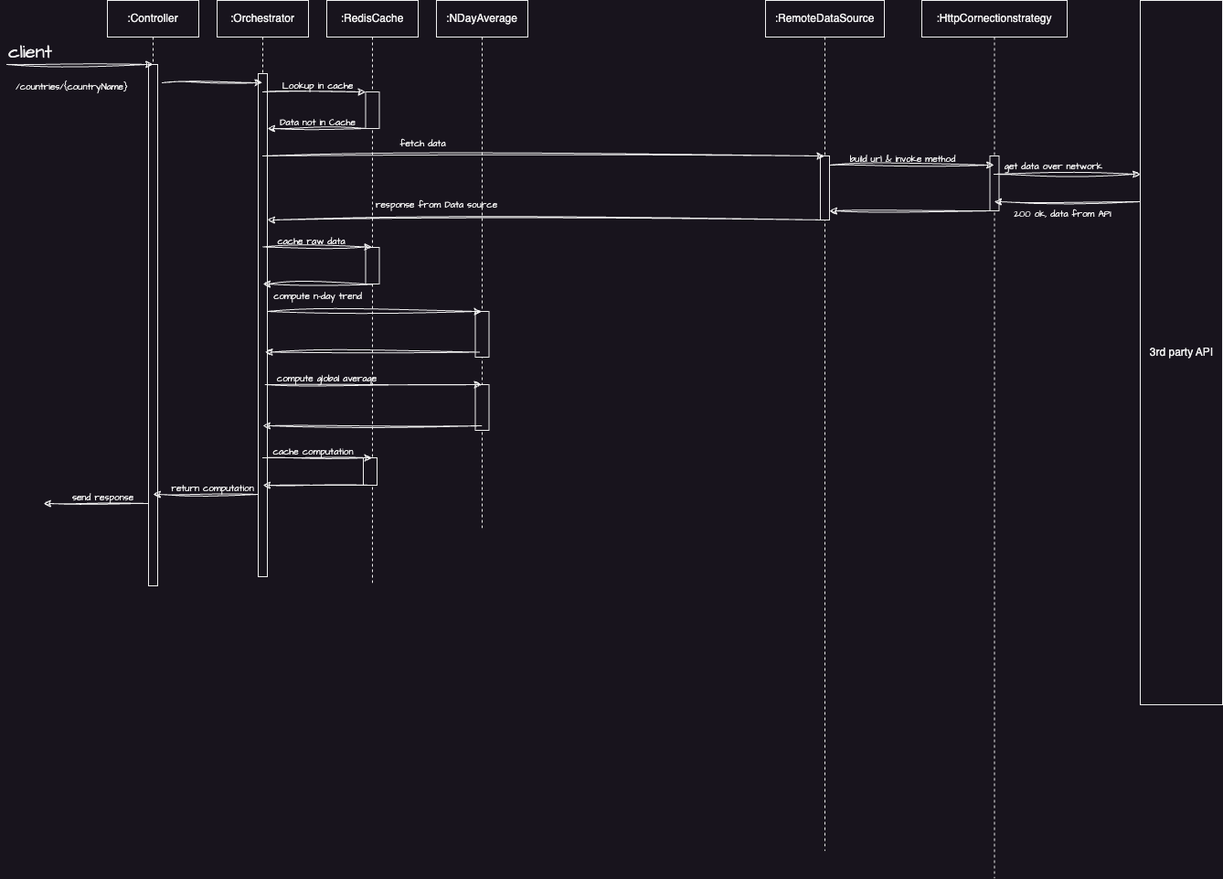
The draw.io diagram docs/diagrams/CaseStudy_SD_OK.drawio.png in kesrishubham2510/Casestudy, before a commit. Source tidied: cells renumbered, new cells last; positions are measured from the earlier drawing's top-left corner, leaving out a move shared by most shapes.
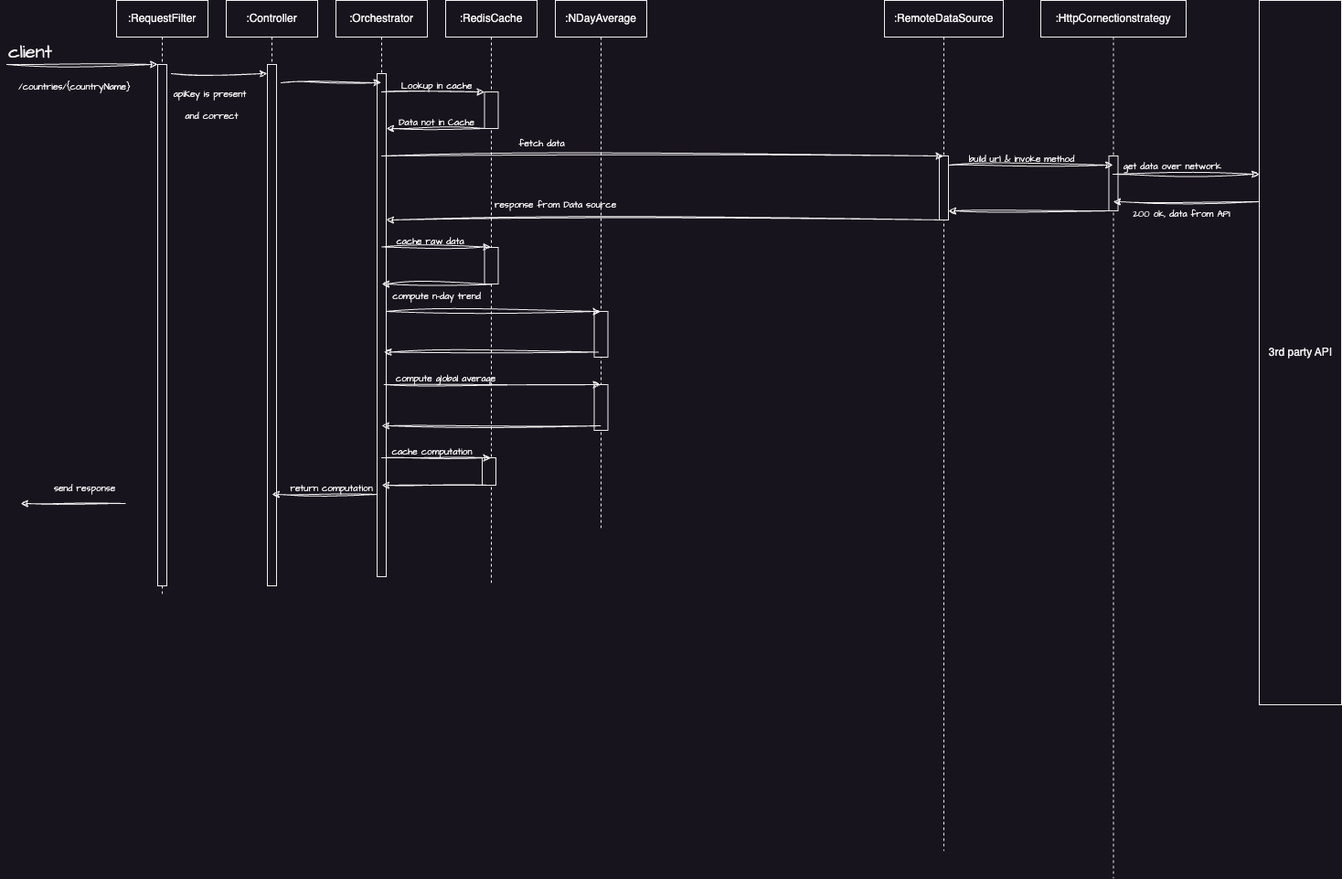
The same file after the commit.

Change to the diagram source:
```diff
@@ -14,10 +14,9 @@
     <mxCell id="5" style="html=1;points=[];perimeter=orthogonalPerimeter;outlineConnect=0;targetShapes=umlLifeline;portConstraint=eastwest;newEdgeStyle={&quot;edgeStyle&quot;:&quot;elbowEdgeStyle&quot;,&quot;elbow&quot;:&quot;vertical&quot;,&quot;curved&quot;:0,&quot;rounded&quot;:0};" parent="4" vertex="1">
       <mxGeometry x="45" y="80" width="10" height="550" as="geometry" />
     </mxCell>
-    <mxCell id="6" style="endArrow=classic;html=1;rounded=0;sketch=1;hachureGap=4;jiggle=2;curveFitting=1;fontFamily=Architects Daughter;fontSource=https%3A%2F%2Ffonts.googleapis.com%2Fcss%3Ffamily%3DArchitects%2BDaughter;fontSize=16;" parent="1" edge="1">
+    <mxCell id="6" style="endArrow=classic;html=1;rounded=0;sketch=1;hachureGap=4;jiggle=2;curveFitting=1;fontFamily=Architects Daughter;fontSource=https%3A%2F%2Ffonts.googleapis.com%2Fcss%3Ffamily%3DArchitects%2BDaughter;fontSize=16;" parent="1" edge="1" target="55">
       <mxGeometry relative="1" as="geometry">
-        <mxPoint y="70" as="sourcePoint" />
-        <mxPoint x="160" y="70" as="targetPoint" />
+        <mxPoint x="-130" y="70" as="sourcePoint" />
       </mxGeometry>
     </mxCell>
     <mxCell id="7" value="&lt;font style=&quot;font-size: 10px;&quot;&gt;/countries/{countryName}&lt;/font&gt;" style="edgeLabel;html=1;align=center;verticalAlign=middle;sketch=1;hachureGap=4;jiggle=2;curveFitting=1;fontFamily=Architects Daughter;fontSource=https%3A%2F%2Ffonts.googleapis.com%2Fcss%3Ffamily%3DArchitects%2BDaughter;fontSize=20;" parent="6" vertex="1">
@@ -158,8 +157,8 @@
     </mxCell>
     <mxCell id="39" style="endArrow=none;html=1;rounded=0;sketch=1;hachureGap=4;jiggle=2;curveFitting=1;fontFamily=Architects Daughter;fontSource=https%3A%2F%2Ffonts.googleapis.com%2Fcss%3Ffamily%3DArchitects%2BDaughter;fontSize=16;startArrow=classic;startFill=1;endFill=0;" parent="1" edge="1">
       <mxGeometry relative="1" as="geometry">
-        <mxPoint x="40" y="550" as="sourcePoint" />
-        <mxPoint x="155" y="550" as="targetPoint" />
+        <mxPoint x="-115" y="550" as="sourcePoint" />
+        <mxPoint y="550" as="targetPoint" />
       </mxGeometry>
     </mxCell>
     <mxCell id="40" value="&lt;font style=&quot;font-size: 10px;&quot;&gt;Lookup in cache&lt;/font&gt;" style="text;html=1;align=center;verticalAlign=middle;strokeColor=none;fillColor=none;fontSize=20;fontFamily=Architects Daughter;" parent="1" vertex="1">
@@ -202,7 +201,24 @@
       <mxGeometry x="170" y="510" width="110" height="40" as="geometry" />
     </mxCell>
     <mxCell id="53" value="&lt;span style=&quot;font-size: 10px;&quot;&gt;send response&lt;/span&gt;" style="text;html=1;align=center;verticalAlign=middle;strokeColor=none;fillColor=none;fontSize=20;fontFamily=Architects Daughter;" parent="1" vertex="1">
-      <mxGeometry x="60" y="520" width="90" height="40" as="geometry" />
+      <mxGeometry x="-90" y="510" width="90" height="40" as="geometry" />
     </mxCell>
+    <mxCell id="54" value=":RequestFilter" style="shape=umlLifeline;perimeter=lifelinePerimeter;whiteSpace=wrap;html=1;newEdgeStyle={&quot;edgeStyle&quot;:&quot;elbowEdgeStyle&quot;,&quot;elbow&quot;:&quot;vertical&quot;,&quot;curved&quot;:0,&quot;rounded&quot;:0};size=40;" parent="1" vertex="1">
+      <mxGeometry x="-10" width="100" height="650" as="geometry" />
+    </mxCell>
+    <mxCell id="55" style="html=1;points=[];perimeter=orthogonalPerimeter;outlineConnect=0;targetShapes=umlLifeline;portConstraint=eastwest;newEdgeStyle={&quot;edgeStyle&quot;:&quot;elbowEdgeStyle&quot;,&quot;elbow&quot;:&quot;vertical&quot;,&quot;curved&quot;:0,&quot;rounded&quot;:0};" parent="54" vertex="1">
+      <mxGeometry x="45" y="70" width="10" height="570" as="geometry" />
+    </mxCell>
+    <mxCell id="56" style="endArrow=classic;html=1;rounded=0;sketch=1;hachureGap=4;jiggle=2;curveFitting=1;fontFamily=Architects Daughter;fontSource=https%3A%2F%2Ffonts.googleapis.com%2Fcss%3Ffamily%3DArchitects%2BDaughter;fontSize=16;" parent="1" edge="1">
+      <mxGeometry relative="1" as="geometry">
+        <mxPoint x="50" y="80" as="sourcePoint" />
+        <mxPoint x="155" y="80" as="targetPoint" />
+      </mxGeometry>
+    </mxCell>
+    <mxCell id="57" value="&lt;span style=&quot;font-size: 10px;&quot;&gt;apiKey is present&lt;br&gt;&amp;nbsp;and correct&lt;/span&gt;" style="edgeLabel;html=1;align=center;verticalAlign=middle;sketch=1;hachureGap=4;jiggle=2;curveFitting=1;fontFamily=Architects Daughter;fontSource=https%3A%2F%2Ffonts.googleapis.com%2Fcss%3Ffamily%3DArchitects%2BDaughter;fontSize=20;" parent="56" vertex="1">
+      <mxGeometry relative="1" as="geometry">
+        <mxPoint x="-12" y="30" as="offset" />
+      </mxGeometry>
+    </mxCell>
   </root>
 </mxGraphModel>
```
